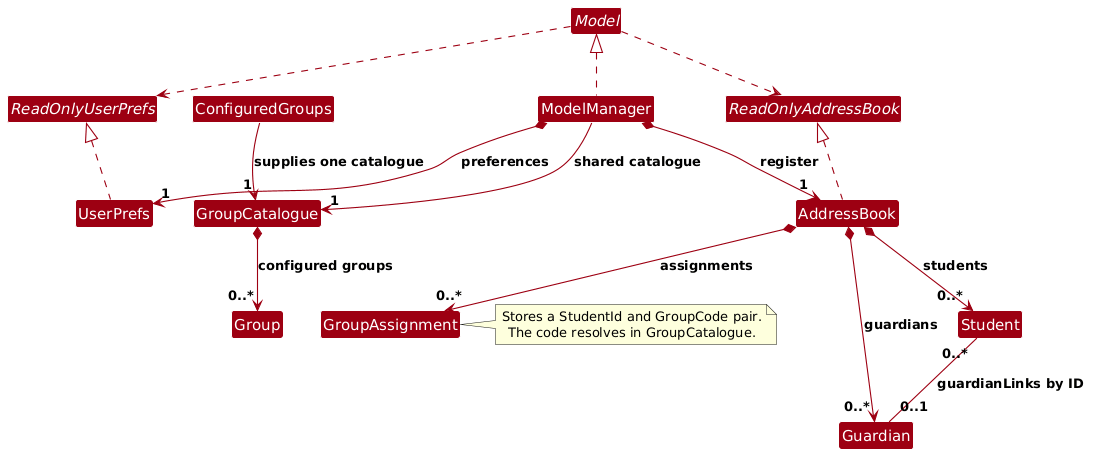
Above: docs/images/ModelClassDiagram.png in AY2627S1-CS2103T-T10-4/tp (PlantUML), before the change.
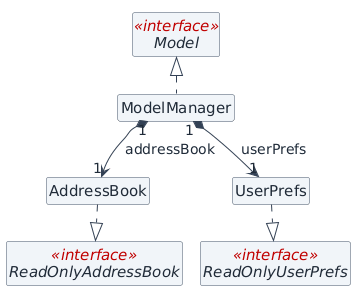
The same diagram one commit later.

Change to the diagram source:
```diff
@@ -1,60 +1,16 @@
 @startuml
-!define MODEL_COLOR #9D0012
-skinparam Package {
- BackgroundColor #FFFFFF
- BorderThickness 1
- FontSize 16
-}
-skinparam Class {
- FontColor #FFFFFF
- FontSize 15
- BorderThickness 1
- BorderColor #FFFFFF
- StereotypeFontColor #FFFFFF
- FontName Arial
-}
-skinparam ArrowFontStyle bold
-skinparam MinClassWidth 50
-skinparam Shadowing false
-skinparam DefaultTextAlignment center
-skinparam packageStyle Rectangle
-hide members
-hide circle
-skinparam arrowThickness 1.1
-skinparam arrowColor MODEL_COLOR
-skinparam classBackgroundColor MODEL_COLOR
-
-interface Model
-interface ReadOnlyAddressBook
-interface ReadOnlyUserPrefs
+!pragma layout smetana
+!include mentora-style.puml
+interface Model <<interface>>
 class ModelManager
 class AddressBook
+interface ReadOnlyAddressBook <<interface>>
 class UserPrefs
-class ConfiguredGroups
-class GroupCatalogue
-class Student
-class Guardian
-class GroupAssignment
-class Group
+interface ReadOnlyUserPrefs <<interface>>
 
 ModelManager .up.|> Model
-AddressBook .up.|> ReadOnlyAddressBook
-UserPrefs .up.|> ReadOnlyUserPrefs
-Model ..> ReadOnlyAddressBook
-Model ..> ReadOnlyUserPrefs
-
-ModelManager *--> "1" AddressBook : register
-ModelManager *--> "1" UserPrefs : preferences
-ModelManager --> "1" GroupCatalogue : shared catalogue
-ConfiguredGroups --> "1" GroupCatalogue : supplies one catalogue
-AddressBook *--> "0..*" Student : students
-AddressBook *--> "0..*" Guardian : guardians
-AddressBook *--> "0..*" GroupAssignment : assignments
-Student "0..*" -- "0..1" Guardian : guardianLinks by ID
-GroupCatalogue *--> "0..*" Group : configured groups
-
-note right of GroupAssignment
-    Stores a StudentId and GroupCode pair.
-    The code resolves in GroupCatalogue.
-end note
+ModelManager "1" *--> "1" AddressBook : addressBook
+ModelManager "1" *--> "1" UserPrefs : userPrefs
+AddressBook .down.|> ReadOnlyAddressBook
+UserPrefs .down.|> ReadOnlyUserPrefs
 @enduml
```
